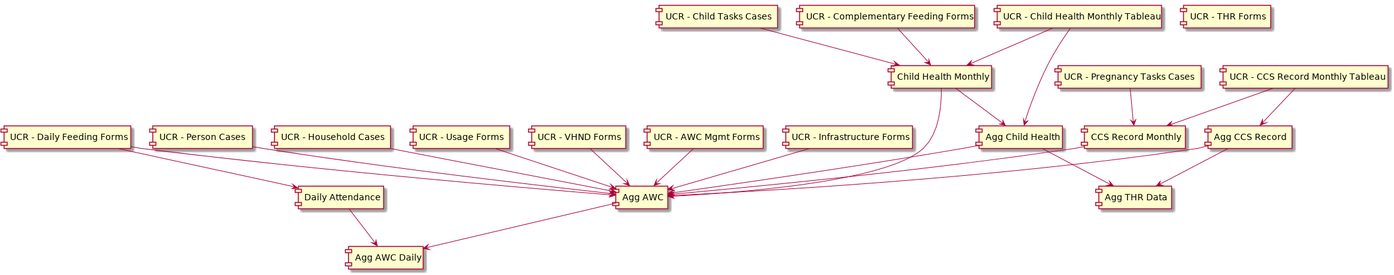
Above: custom/icds_reports/docs/current_state_aggregation.png in dimagi/commcare-hq (PlantUML), before the change.
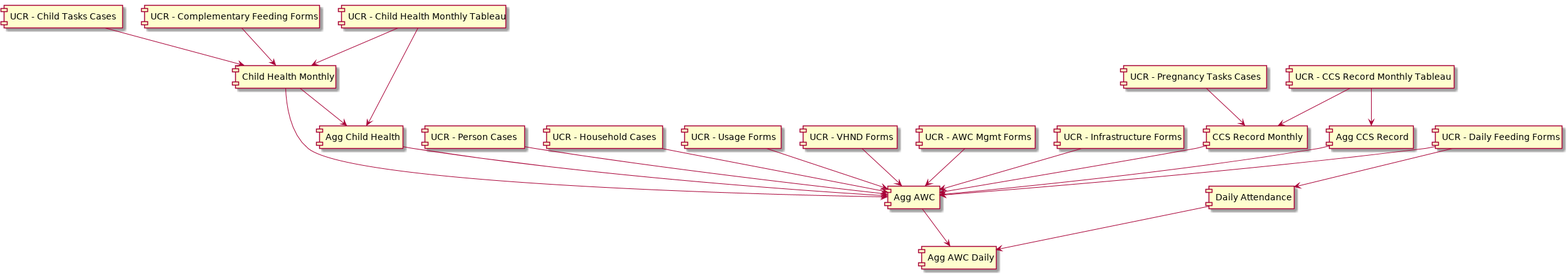
After the change.

Commit message:
Update docs to current state

Change to the diagram source:
```diff
@@ -11,7 +11,6 @@
 [UCR - AWC Mgmt Forms]
 [UCR - Daily Feeding Forms]
 [UCR - Infrastructure Forms]
-[UCR - THR Forms]
 [UCR - Complementary Feeding Forms]
 [Child Health Monthly]
 [CCS Record Monthly]
@@ -19,7 +18,6 @@
 [Agg Child Health]
 [Agg CCS Record]
 [Agg AWC]
-[Agg THR Data]
 [Agg AWC Daily]
 
 [UCR - Complementary Feeding Forms] --> [Child Health Monthly]
@@ -33,8 +31,6 @@
 [UCR - Child Health Monthly Tableau] --> [Agg Child Health]
 [Child Health Monthly] --> [Agg Child Health]
 [UCR - CCS Record Monthly Tableau] --> [Agg CCS Record]
-[Agg Child Health] --> [Agg THR Data]
-[Agg CCS Record] --> [Agg THR Data]
 
 [UCR - Daily Feeding Forms] --> [Agg AWC]
 [Agg Child Health] --> [Agg AWC]
```
